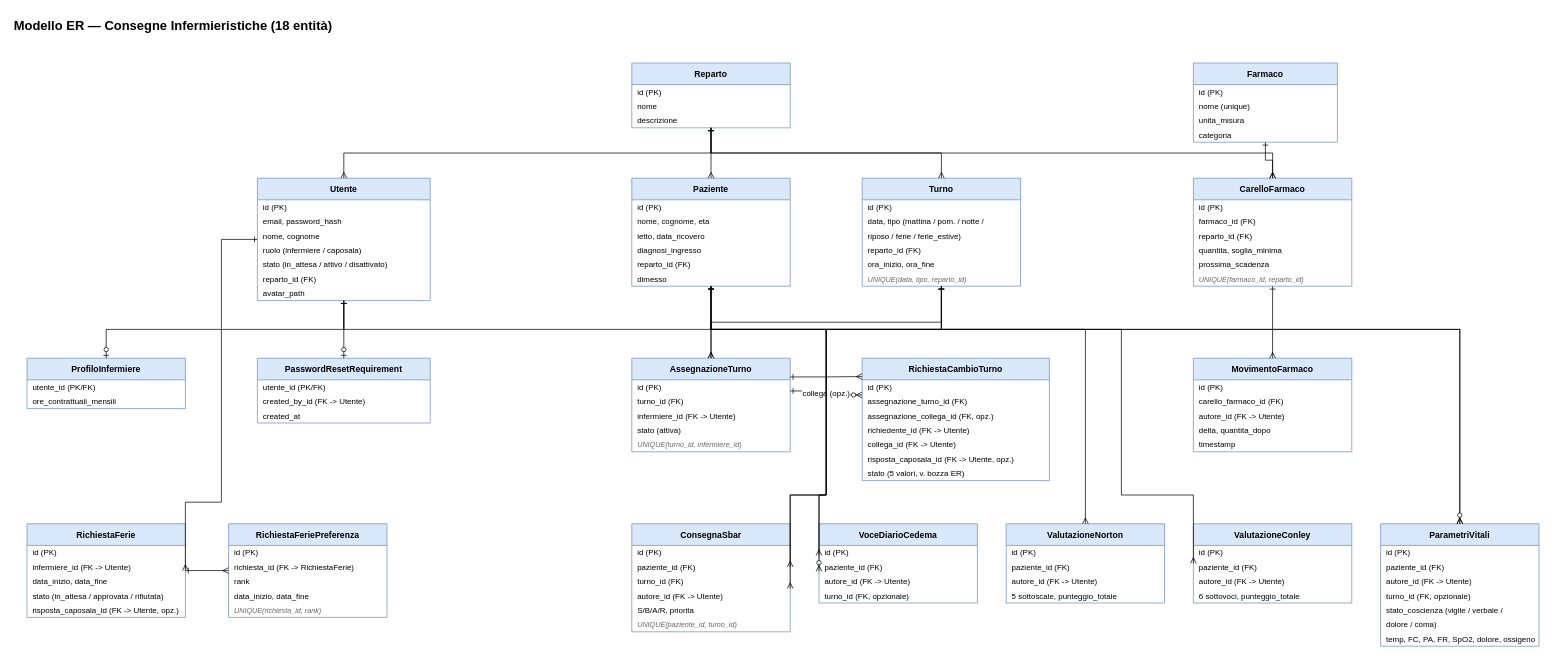
Zuboh/Eira keeps this draw.io diagram as docs/diagrams/er-consegne-infermieristiche.drawio. Above is the earlier version. Source tidied: cells renumbered, new cells numbered last; positions are measured from the earlier drawing's top-left corner, leaving out a move shared by most shapes. Both pictures are drawn from the tidied source at 72%, with x=0, y=0 at pixel (12, 12).
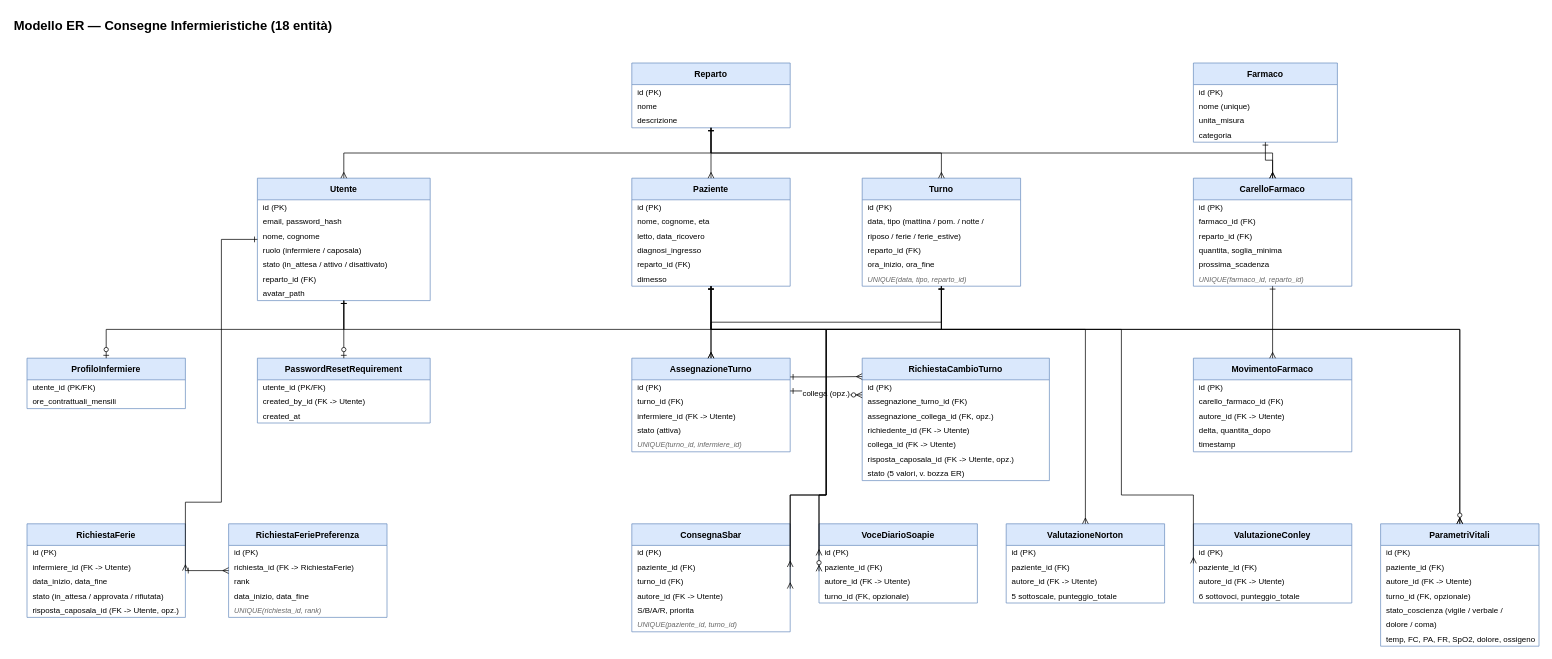
After the change.

Change to the diagram source:
```diff
@@
-    <mxCell id="87" value="VoceDiarioCedema" style="swimlane;fontStyle=1;align=center;startSize=30;fillColor=#dae8fc;strokeColor=#6c8ebf;" parent="1" vertex="1">
+    <mxCell id="87" value="VoceDiarioSoapie" style="swimlane;fontStyle=1;align=center;startSize=30;fillColor=#dae8fc;strokeColor=#6c8ebf;" parent="1" vertex="1">
       <mxGeometry x="1120" y="710" width="220" height="110" as="geometry" />
     </mxCell>
```
